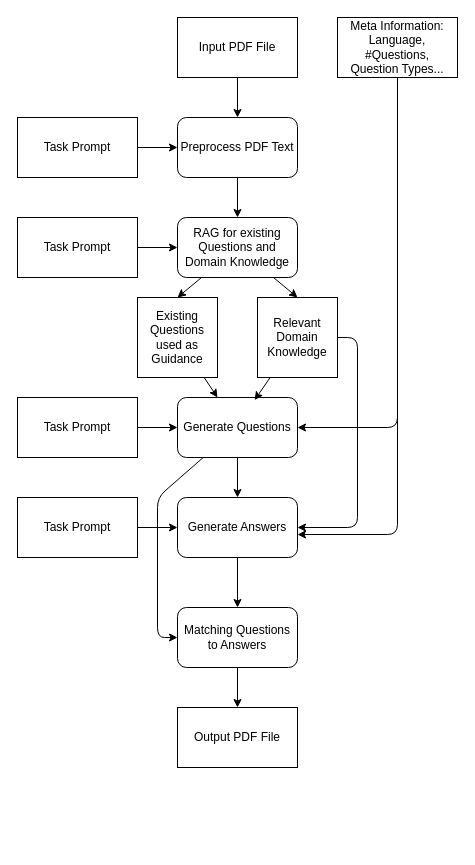
Above: img/diagram.drawio in sam-k0/ExamGen (draw.io), before the change. Source tidied: cells renumbered, new cells numbered last; positions are measured from the earlier drawing's top-left corner, leaving out a move shared by most shapes. Both pictures are drawn from the tidied source at 100%, with x=0, y=0 at pixel (17, 17).
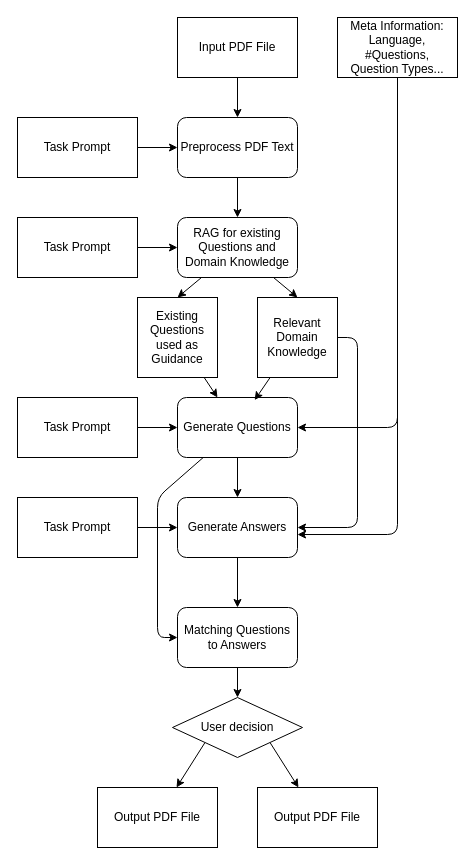
The same diagram, later.

Unchanged cells that the change refers to:
```xml
<mxCell id="31" value="Matching Questions to Answers" style="rounded=1;whiteSpace=wrap;html=1;" parent="1" vertex="1">
  <mxGeometry x="160" y="590" width="120" height="60" as="geometry" />
</mxCell>
```

Diff of the diagram source:
```diff
@@
-    <mxCell id="30" style="edgeStyle=none;html=1;" parent="1" edge="1" source="31" target="32">
-      <mxGeometry relative="1" as="geometry" />
-    </mxCell>
+    <mxCell id="33" style="edgeStyle=none;html=1;" parent="1" edge="1" source="31" target="37">
+      <mxGeometry relative="1" as="geometry" />
+    </mxCell>
@@
     <mxCell id="32" value="Output PDF File" style="rounded=0;whiteSpace=wrap;html=1;" parent="1" vertex="1">
-      <mxGeometry x="160" y="690" width="120" height="60" as="geometry" />
+      <mxGeometry x="80" y="770" width="120" height="60" as="geometry" />
     </mxCell>
+    <mxCell id="34" value="Output PDF File" style="rounded=0;whiteSpace=wrap;html=1;" parent="1" vertex="1">
+      <mxGeometry x="240" y="770" width="120" height="60" as="geometry" />
+    </mxCell>
+    <mxCell id="35" style="edgeStyle=none;html=1;exitX=1;exitY=1;exitDx=0;exitDy=0;" parent="1" edge="1" source="37" target="34">
+      <mxGeometry relative="1" as="geometry" />
+    </mxCell>
+    <mxCell id="36" style="edgeStyle=none;html=1;exitX=0;exitY=1;exitDx=0;exitDy=0;" parent="1" edge="1" source="37" target="32">
+      <mxGeometry relative="1" as="geometry" />
+    </mxCell>
+    <mxCell id="37" value="User decision" style="rhombus;whiteSpace=wrap;html=1;" parent="1" vertex="1">
+      <mxGeometry x="155" y="680" width="130" height="60" as="geometry" />
+    </mxCell>
```
